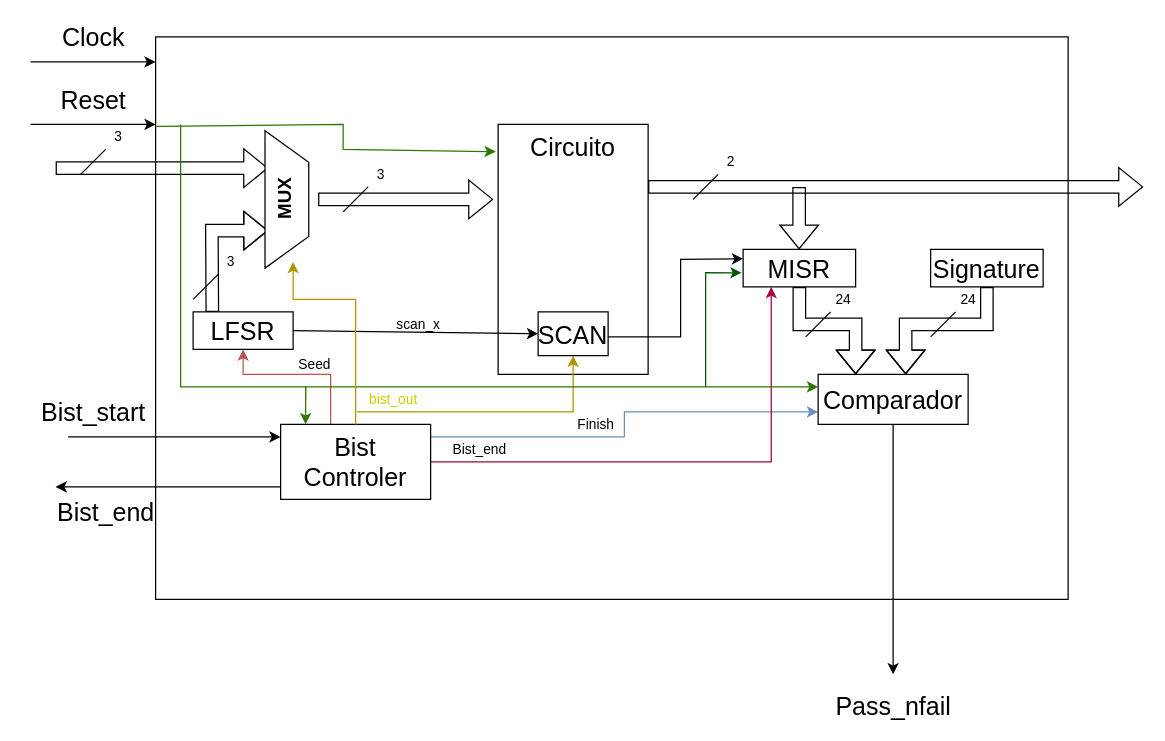
Earlier version of the draw.io diagram Projeto2/Diagrama.drawio (victor-macedo/PTFSE). Source tidied: cells renumbered, new cells numbered last; positions are measured from the earlier drawing's top-left corner, leaving out a move shared by most shapes. Both pictures are drawn from the tidied source at 125%, with x=0, y=0 at pixel (30, 36).
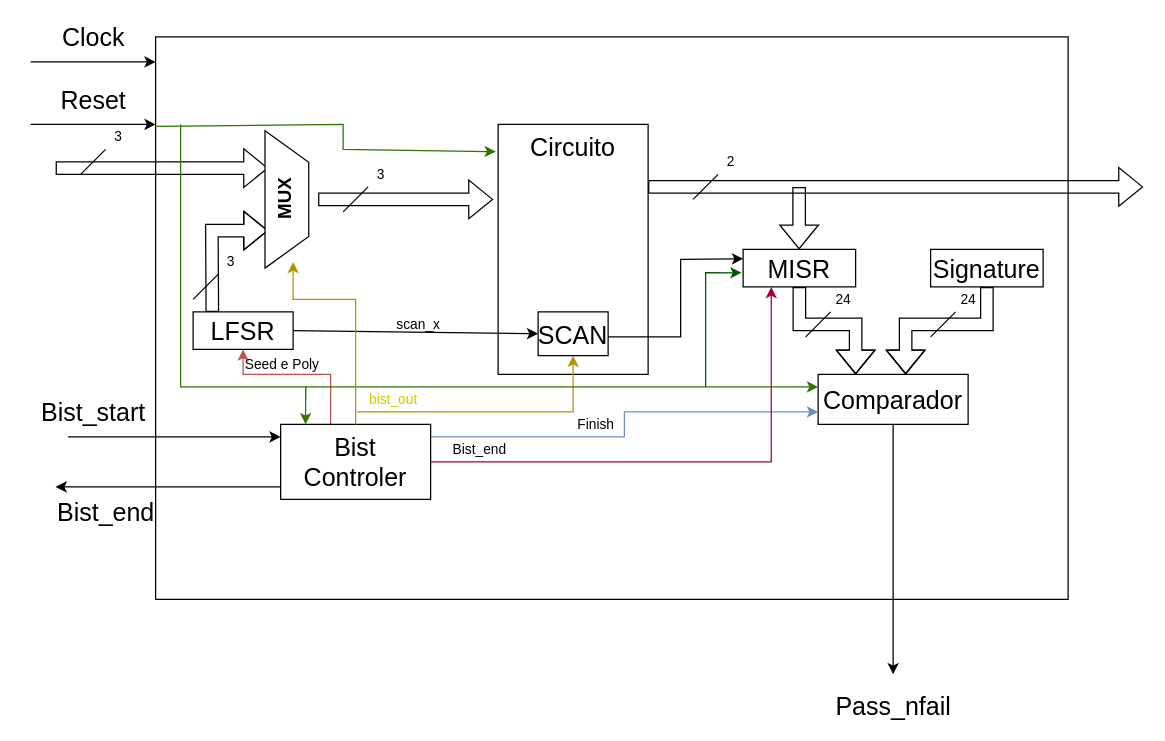
After the change.

Unchanged cells that the change refers to:
```xml
<mxCell id="7" style="edgeStyle=orthogonalEdgeStyle;rounded=0;jettySize=auto;html=1;fillColor=#f8cecc;strokeColor=#b85450;" parent="1" edge="1" source="11" target="13">
  <mxGeometry relative="1" as="geometry">
    <Array as="points">
      <mxPoint x="240" y="270" />
      <mxPoint x="170" y="270" />
    </Array>
  </mxGeometry>
</mxCell>
```

Diff of the diagram source:
```diff
@@
-    <mxCell id="8" value="Seed" style="edgeLabel;html=1;align=center;verticalAlign=middle;" parent="7" vertex="1">
+    <mxCell id="8" value="Seed e Poly" style="edgeLabel;html=1;align=center;verticalAlign=middle;labelBackgroundColor=none;" parent="7" vertex="1">
       <mxGeometry x="-0.17" y="1" relative="1" as="geometry">
-        <mxPoint y="-10" as="offset" />
+        <mxPoint x="-26" y="-10" as="offset" />
       </mxGeometry>
     </mxCell>
```
